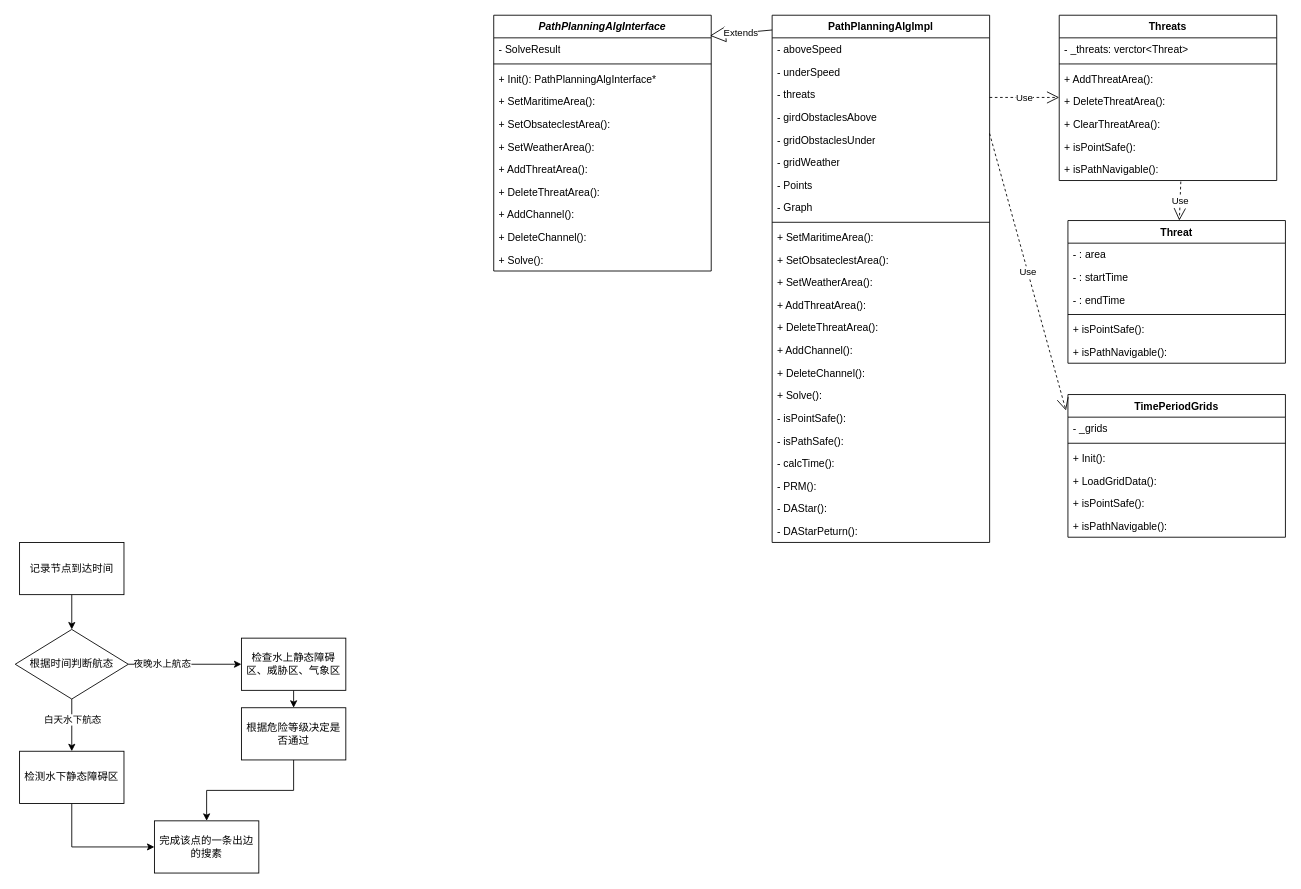
The draw.io diagram 未命名绘图.drawio in Chaoticsteven/MS, before the edit. Source tidied: cells renumbered, new cells numbered last; positions are measured from the earlier drawing's top-left corner, leaving out a move shared by most shapes. Both pictures are drawn from the tidied source at 87%, with x=0, y=0 at pixel (15, 15).
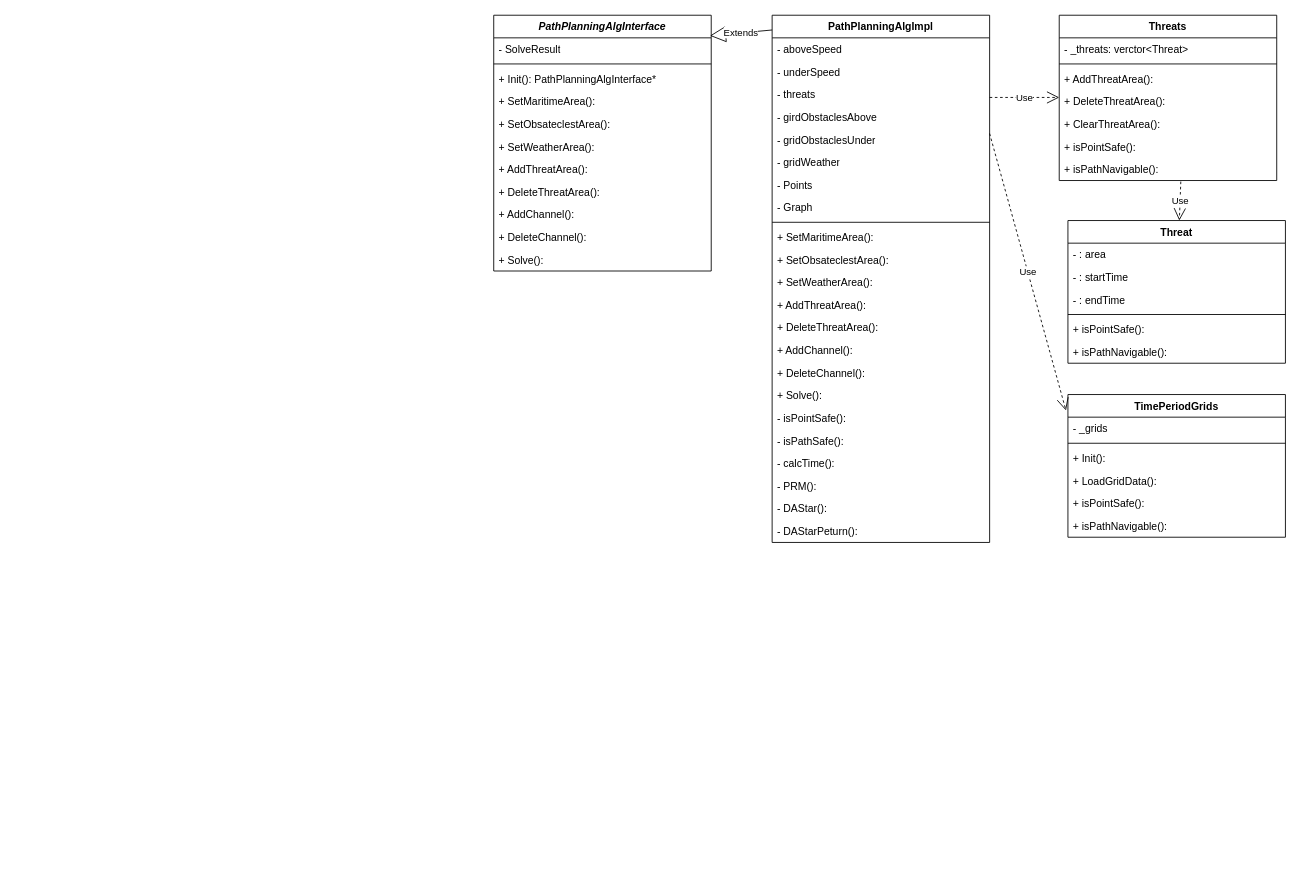
After the change.

Commit message:
更新未命名绘图.drawio

Change to the diagram source:
```diff
@@
-    <mxCell id="64" style="edgeStyle=orthogonalEdgeStyle;rounded=0;jettySize=auto;html=1;" parent="1" edge="1" source="65" target="70">
-      <mxGeometry relative="1" as="geometry" />
-    </mxCell>
-    <mxCell id="65" value="记录节点到达时间" style="rounded=0;whiteSpace=wrap;html=1;" parent="1" vertex="1">
-      <mxGeometry x="5" y="606" width="120" height="60" as="geometry" />
-    </mxCell>
-    <mxCell id="66" style="edgeStyle=orthogonalEdgeStyle;rounded=0;jettySize=auto;html=1;exitX=0.5;exitY=1;exitDx=0;exitDy=0;" parent="1" edge="1" source="70" target="72">
-      <mxGeometry relative="1" as="geometry" />
-    </mxCell>
-    <mxCell id="67" value="白天水下航态" style="edgeLabel;html=1;align=center;verticalAlign=middle;" parent="66" vertex="1">
-      <mxGeometry x="-0.24" relative="1" as="geometry" />
-    </mxCell>
-    <mxCell id="68" style="edgeStyle=orthogonalEdgeStyle;rounded=0;jettySize=auto;html=1;exitX=1;exitY=0.5;exitDx=0;exitDy=0;entryX=0;entryY=0.5;entryDx=0;entryDy=0;" parent="1" edge="1" source="70" target="74">
-      <mxGeometry relative="1" as="geometry" />
-    </mxCell>
-    <mxCell id="69" value="夜晚水上航态" style="edgeLabel;html=1;align=center;verticalAlign=middle;" parent="68" vertex="1">
-      <mxGeometry x="-0.42" y="1" relative="1" as="geometry" />
-    </mxCell>
-    <mxCell id="70" value="根据时间判断航态" style="rhombus;whiteSpace=wrap;html=1;" parent="1" vertex="1">
-      <mxGeometry y="706" width="130" height="80" as="geometry" />
-    </mxCell>
-    <mxCell id="71" style="edgeStyle=orthogonalEdgeStyle;rounded=0;jettySize=auto;html=1;exitX=0.5;exitY=1;exitDx=0;exitDy=0;entryX=0;entryY=0.5;entryDx=0;entryDy=0;" parent="1" edge="1" source="72" target="77">
-      <mxGeometry relative="1" as="geometry" />
-    </mxCell>
-    <mxCell id="72" value="检测水下静态障碍区" style="rounded=0;whiteSpace=wrap;html=1;" parent="1" vertex="1">
-      <mxGeometry x="5" y="846" width="120" height="60" as="geometry" />
-    </mxCell>
-    <mxCell id="73" style="edgeStyle=orthogonalEdgeStyle;rounded=0;jettySize=auto;html=1;exitX=0.5;exitY=1;exitDx=0;exitDy=0;entryX=0.5;entryY=0;entryDx=0;entryDy=0;" parent="1" edge="1" source="74" target="76">
-      <mxGeometry relative="1" as="geometry" />
-    </mxCell>
-    <mxCell id="74" value="检查水上静态障碍区、威胁区、气象区" style="rounded=0;whiteSpace=wrap;html=1;" parent="1" vertex="1">
-      <mxGeometry x="260" y="716" width="120" height="60" as="geometry" />
-    </mxCell>
-    <mxCell id="75" style="edgeStyle=orthogonalEdgeStyle;rounded=0;jettySize=auto;html=1;exitX=0.5;exitY=1;exitDx=0;exitDy=0;entryX=0.5;entryY=0;entryDx=0;entryDy=0;" parent="1" edge="1" source="76" target="77">
-      <mxGeometry relative="1" as="geometry" />
-    </mxCell>
-    <mxCell id="76" value="根据危险等级决定是否通过" style="rounded=0;whiteSpace=wrap;html=1;" parent="1" vertex="1">
-      <mxGeometry x="260" y="796" width="120" height="60" as="geometry" />
-    </mxCell>
-    <mxCell id="77" value="完成该点的一条出边的搜素" style="rounded=0;whiteSpace=wrap;html=1;" parent="1" vertex="1">
-      <mxGeometry x="160" y="926" width="120" height="60" as="geometry" />
-    </mxCell>
```
